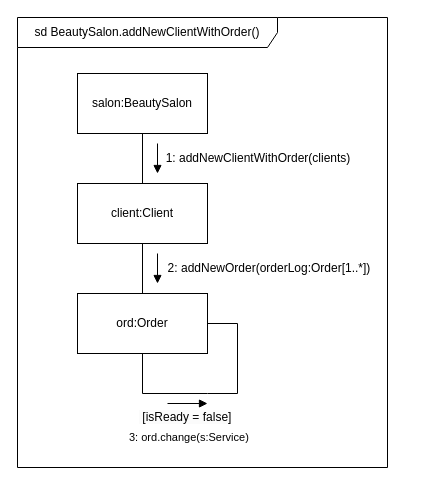
Earlier version of the draw.io diagram communicationsUML.drawio (Artvell3000/umlLab2). Source tidied: cells renumbered, new cells numbered last; positions are measured from the earlier drawing's top-left corner, leaving out a move shared by most shapes. Both pictures are drawn from the tidied source at 100%, with x=0, y=0 at pixel (17, 17).
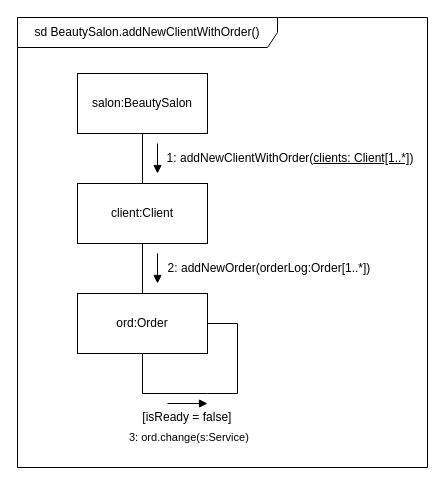
The same diagram, later.

Change to the diagram source:
```diff
@@
-    <mxCell id="9" value="1: addNewClientWithOrder(clients)" style="text;html=1;strokeColor=none;fillColor=none;align=center;verticalAlign=middle;whiteSpace=wrap;rounded=0;" parent="1" vertex="1">
-      <mxGeometry x="146" y="126" width="190" height="30" as="geometry" />
+    <mxCell id="9" value="1: addNewClientWithOrder(&lt;u style=&quot;border-color: var(--border-color); text-align: left;&quot;&gt;clients: Client[1..*]&lt;/u&gt;)" style="text;html=1;strokeColor=none;fillColor=none;align=center;verticalAlign=middle;whiteSpace=wrap;rounded=0;" parent="1" vertex="1">
+      <mxGeometry x="146" y="126" width="254" height="30" as="geometry" />
     </mxCell>
@@
     <mxCell id="15" value="sd BeautySalon.&lt;span style=&quot;border-color: var(--border-color); text-align: left;&quot;&gt;addNewClientWithOrder&lt;/span&gt;()" style="shape=umlFrame;whiteSpace=wrap;html=1;width=260;height=30;" parent="1" vertex="1">
-      <mxGeometry width="370" height="450" as="geometry" />
+      <mxGeometry width="410" height="450" as="geometry" />
     </mxCell>
```
